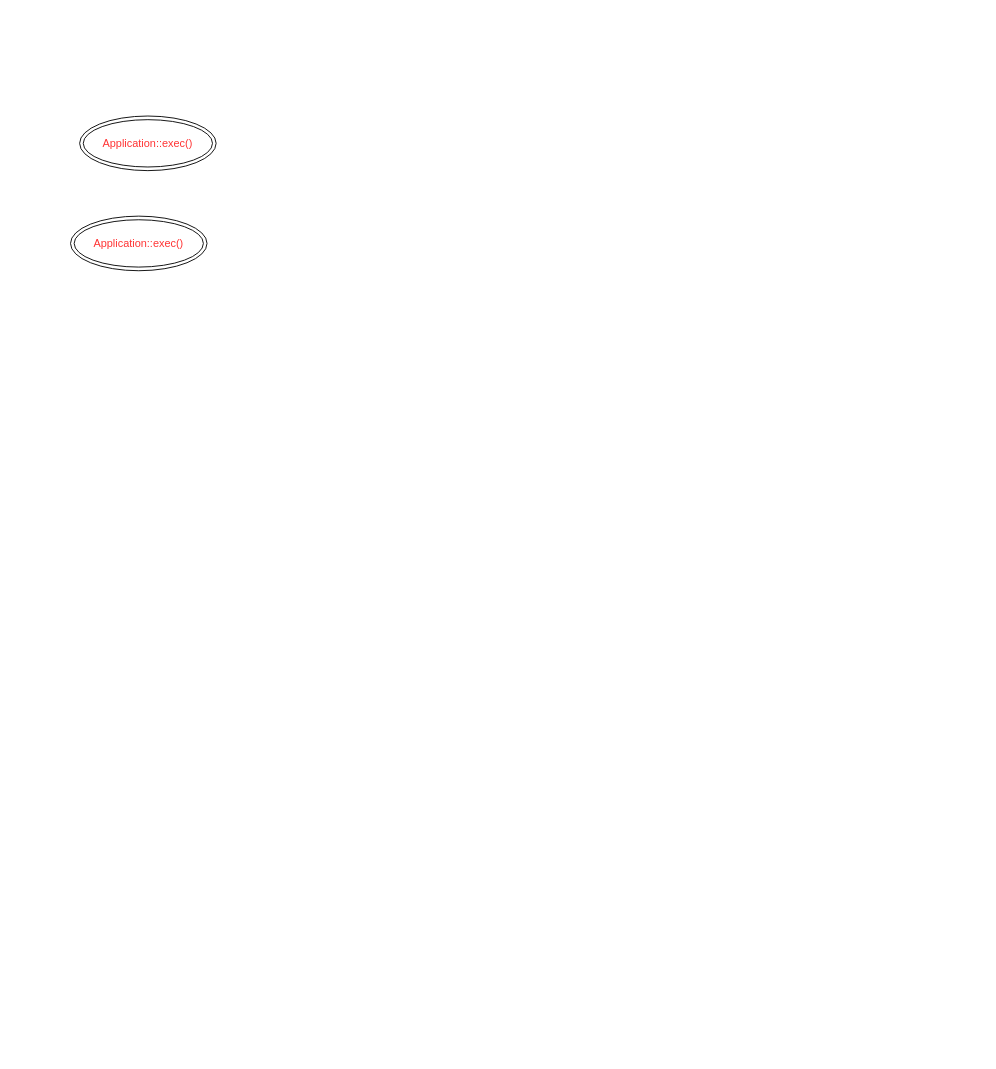
Above: 图解Qt事件循环.drawio in summer-hu-1/qt-official-examples (draw.io), before the change. Source tidied: cells renumbered, new cells numbered last; positions are measured from the earlier drawing's top-left corner, leaving out a move shared by most shapes. Both pictures are drawn from the tidied source at 91%, with x=0, y=0 at pixel (70, 116).
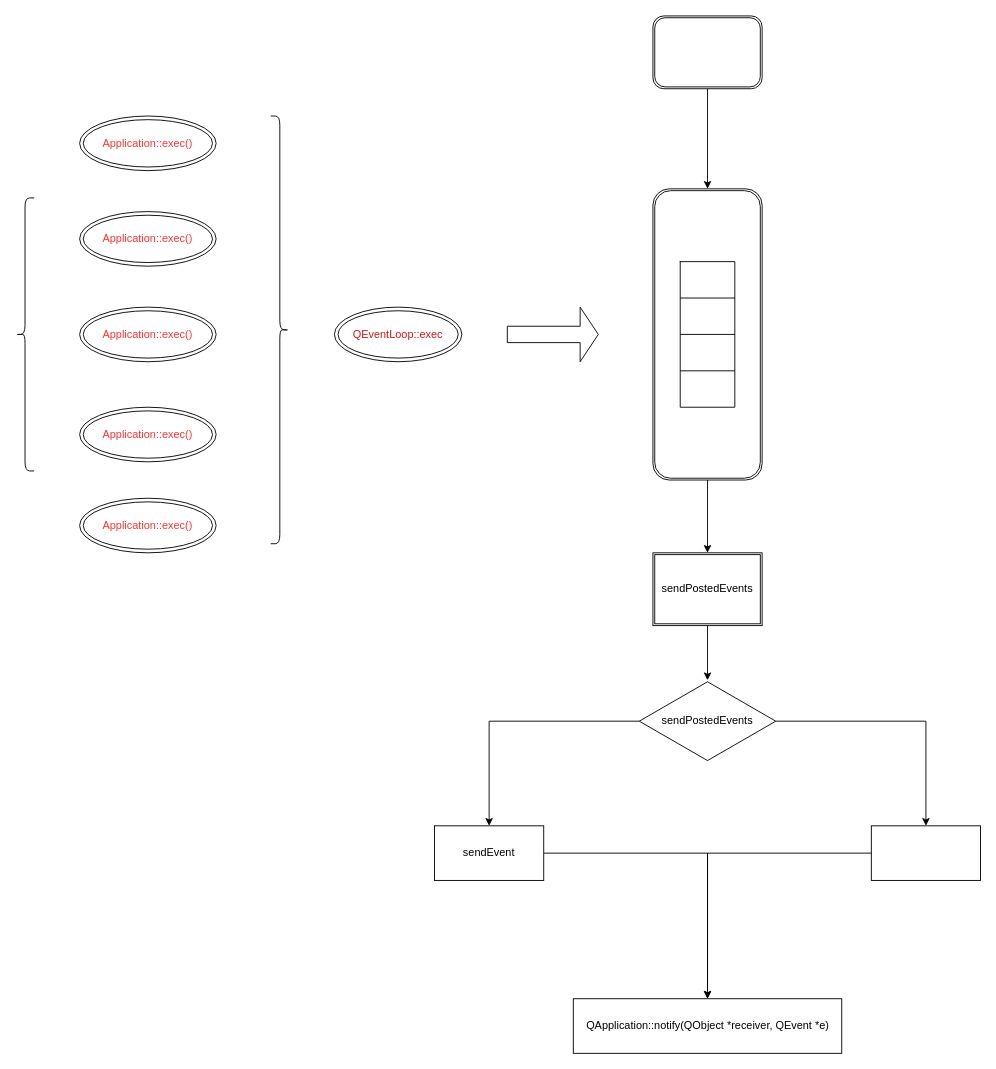
The same page after the edit.

Commit message (it also covers changes not shown here):
更新图解Qt事件循环.drawio

Change to the diagram source:
```diff
@@
     <mxCell id="3" value="&lt;font style=&quot;color: rgb(255, 51, 51);&quot;&gt;Application::exec()&lt;/font&gt;" style="ellipse;shape=doubleEllipse;whiteSpace=wrap;html=1;" parent="1" vertex="1">
-      <mxGeometry y="110" width="150" height="60" as="geometry" />
+      <mxGeometry x="10" y="105" width="150" height="60" as="geometry" />
     </mxCell>
+    <mxCell id="4" value="&lt;font style=&quot;color: rgb(255, 51, 51);&quot;&gt;Application::exec()&lt;/font&gt;" style="ellipse;shape=doubleEllipse;whiteSpace=wrap;html=1;" parent="1" vertex="1">
+      <mxGeometry x="10" y="320" width="150" height="60" as="geometry" />
+    </mxCell>
+    <mxCell id="5" value="&lt;font style=&quot;color: rgb(255, 51, 51);&quot;&gt;Application::exec()&lt;/font&gt;" style="ellipse;shape=doubleEllipse;whiteSpace=wrap;html=1;" parent="1" vertex="1">
+      <mxGeometry x="10" y="210" width="150" height="60" as="geometry" />
+    </mxCell>
+    <mxCell id="6" value="&lt;font style=&quot;color: rgb(255, 51, 51);&quot;&gt;Application::exec()&lt;/font&gt;" style="ellipse;shape=doubleEllipse;whiteSpace=wrap;html=1;" parent="1" vertex="1">
+      <mxGeometry x="10" y="420" width="150" height="60" as="geometry" />
+    </mxCell>
+    <mxCell id="7" style="shape=curlyBracket;whiteSpace=wrap;html=1;rounded=1;labelPosition=left;verticalLabelPosition=middle;align=right;verticalAlign=middle;size=0.5;" parent="1" vertex="1">
+      <mxGeometry x="-60" y="90" width="20" height="300" as="geometry" />
+    </mxCell>
+    <mxCell id="8" style="shape=curlyBracket;whiteSpace=wrap;html=1;rounded=1;flipH=1;labelPosition=right;verticalLabelPosition=middle;align=left;verticalAlign=middle;" parent="1" vertex="1">
+      <mxGeometry x="220" width="20" height="470" as="geometry" />
+    </mxCell>
+    <mxCell id="9" value="&lt;font style=&quot;color: light-dark(rgb(205, 24, 24), rgb(237, 237, 237));&quot;&gt;QEventLoop::exec&lt;/font&gt;" style="ellipse;shape=doubleEllipse;whiteSpace=wrap;html=1;" parent="1" vertex="1">
+      <mxGeometry x="290" y="210" width="140" height="60" as="geometry" />
+    </mxCell>
+    <mxCell id="10" style="shape=singleArrow;whiteSpace=wrap;html=1;" parent="1" vertex="1">
+      <mxGeometry x="480" y="210" width="100" height="60" as="geometry" />
+    </mxCell>
+    <mxCell id="11" style="edgeStyle=orthogonalEdgeStyle;rounded=0;jettySize=auto;html=1;" parent="1" edge="1" source="12" target="32">
+      <mxGeometry relative="1" as="geometry" />
+    </mxCell>
+    <mxCell id="12" style="shape=ext;double=1;rounded=1;whiteSpace=wrap;html=1;" parent="1" vertex="1">
+      <mxGeometry x="640" y="80" width="120" height="320" as="geometry" />
+    </mxCell>
+    <mxCell id="13" style="shape=table;startSize=0;childLayout=tableLayout;fontSize=16;" parent="1" vertex="1">
+      <mxGeometry x="670" y="160" width="60" height="160" as="geometry" />
+    </mxCell>
+    <mxCell id="14" style="shape=tableRow;horizontal=0;startSize=0;swimlaneHead=0;swimlaneBody=0;strokeColor=inherit;top=0;left=0;bottom=0;right=0;fillColor=none;fontSize=16;" parent="13" vertex="1">
+      <mxGeometry width="60" height="40" as="geometry" />
+    </mxCell>
+    <mxCell id="15" style="shape=partialRectangle;html=1;whiteSpace=wrap;strokeColor=inherit;overflow=hidden;fillColor=none;top=0;left=0;bottom=0;right=0;fontSize=16;" parent="14" vertex="1">
+      <mxGeometry width="60" height="40" as="geometry" />
+    </mxCell>
+    <mxCell id="16" style="shape=tableRow;horizontal=0;startSize=0;swimlaneHead=0;swimlaneBody=0;strokeColor=inherit;top=0;left=0;bottom=0;right=0;fillColor=none;fontSize=16;" parent="13" vertex="1">
+      <mxGeometry y="40" width="60" height="40" as="geometry" />
+    </mxCell>
+    <mxCell id="17" style="shape=partialRectangle;html=1;whiteSpace=wrap;strokeColor=inherit;overflow=hidden;fillColor=none;top=0;left=0;bottom=0;right=0;fontSize=16;" parent="16" vertex="1">
+      <mxGeometry width="60" height="40" as="geometry" />
+    </mxCell>
+    <mxCell id="18" style="shape=tableRow;horizontal=0;startSize=0;swimlaneHead=0;swimlaneBody=0;strokeColor=inherit;top=0;left=0;bottom=0;right=0;fillColor=none;fontSize=16;" parent="13" vertex="1">
+      <mxGeometry y="80" width="60" height="40" as="geometry" />
+    </mxCell>
+    <mxCell id="19" style="shape=partialRectangle;html=1;whiteSpace=wrap;strokeColor=inherit;overflow=hidden;fillColor=none;top=0;left=0;bottom=0;right=0;fontSize=16;" parent="18" vertex="1">
+      <mxGeometry width="60" height="40" as="geometry" />
+    </mxCell>
+    <mxCell id="20" style="shape=tableRow;horizontal=0;startSize=0;swimlaneHead=0;swimlaneBody=0;strokeColor=inherit;top=0;left=0;bottom=0;right=0;fillColor=none;fontSize=16;" parent="13" vertex="1">
+      <mxGeometry y="120" width="60" height="40" as="geometry" />
+    </mxCell>
+    <mxCell id="21" style="shape=partialRectangle;html=1;whiteSpace=wrap;strokeColor=inherit;overflow=hidden;fillColor=none;top=0;left=0;bottom=0;right=0;fontSize=16;" parent="20" vertex="1">
+      <mxGeometry width="60" height="40" as="geometry" />
+    </mxCell>
+    <mxCell id="22" style="edgeStyle=orthogonalEdgeStyle;rounded=0;jettySize=auto;html=1;" parent="1" edge="1" source="24" target="26">
+      <mxGeometry relative="1" as="geometry">
+        <Array as="points">
+          <mxPoint x="460" y="665" />
+        </Array>
+      </mxGeometry>
+    </mxCell>
+    <mxCell id="23" style="edgeStyle=orthogonalEdgeStyle;rounded=0;jettySize=auto;html=1;entryX=0.5;entryY=0;entryDx=0;entryDy=0;" parent="1" edge="1" source="24" target="28">
+      <mxGeometry relative="1" as="geometry" />
+    </mxCell>
+    <mxCell id="24" value="sendPostedEvents" style="html=1;whiteSpace=wrap;shape=isoRectangle;" parent="1" vertex="1">
+      <mxGeometry x="625" y="620" width="150" height="90" as="geometry" />
+    </mxCell>
+    <mxCell id="25" style="edgeStyle=orthogonalEdgeStyle;rounded=0;jettySize=auto;html=1;" parent="1" edge="1" source="26" target="33">
+      <mxGeometry relative="1" as="geometry" />
+    </mxCell>
+    <mxCell id="26" value="sendEvent" style="whiteSpace=wrap;html=1;" parent="1" vertex="1">
+      <mxGeometry x="400" y="780" width="120" height="60" as="geometry" />
+    </mxCell>
+    <mxCell id="27" style="edgeStyle=orthogonalEdgeStyle;rounded=0;jettySize=auto;html=1;" parent="1" edge="1" source="28" target="33">
+      <mxGeometry relative="1" as="geometry" />
+    </mxCell>
+    <mxCell id="28" style="whiteSpace=wrap;html=1;" parent="1" vertex="1">
+      <mxGeometry x="880" y="780" width="120" height="60" as="geometry" />
+    </mxCell>
+    <mxCell id="29" style="edgeStyle=orthogonalEdgeStyle;rounded=0;jettySize=auto;html=1;" parent="1" edge="1" source="30" target="12">
+      <mxGeometry relative="1" as="geometry" />
+    </mxCell>
+    <mxCell id="30" style="shape=ext;double=1;rounded=1;whiteSpace=wrap;html=1;" parent="1" vertex="1">
+      <mxGeometry x="640" y="-110" width="120" height="80" as="geometry" />
+    </mxCell>
+    <mxCell id="31" style="edgeStyle=orthogonalEdgeStyle;rounded=0;jettySize=auto;html=1;" parent="1" edge="1" source="32" target="24">
+      <mxGeometry relative="1" as="geometry" />
+    </mxCell>
+    <mxCell id="32" value="sendPostedEvents" style="shape=ext;double=1;rounded=0;whiteSpace=wrap;html=1;" parent="1" vertex="1">
+      <mxGeometry x="640" y="480" width="120" height="80" as="geometry" />
+    </mxCell>
+    <mxCell id="33" value="QApplication::notify(QObject *receiver, QEvent *e)" style="whiteSpace=wrap;html=1;" parent="1" vertex="1">
+      <mxGeometry x="552.5" y="970" width="295" height="60" as="geometry" />
+    </mxCell>
```
